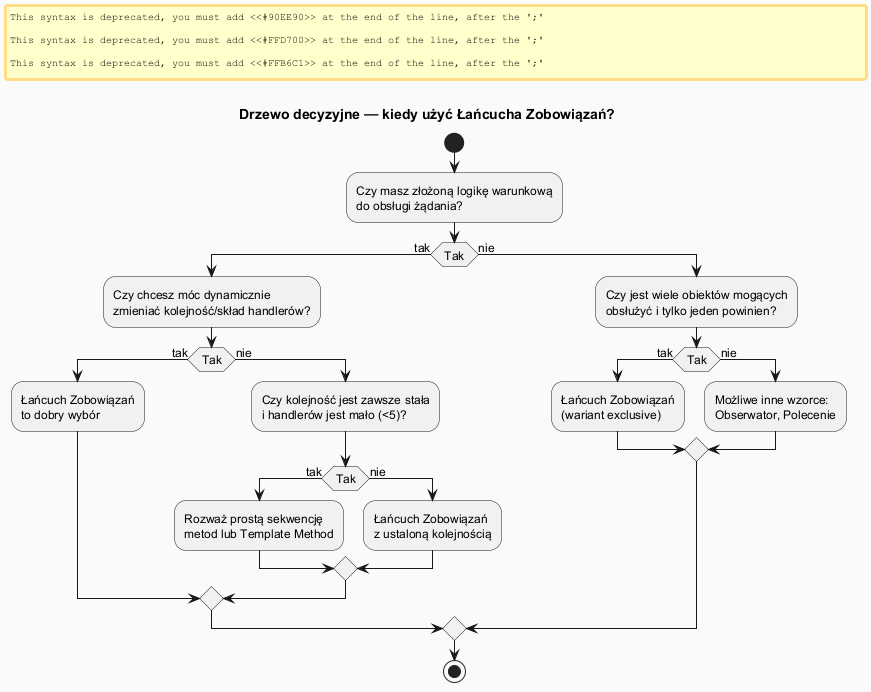
Before: src/18-lancuch-zobowiazan/02-kiedy-stosowac-zalety-wady/diagrams/cor_decision_tree.png, a diagram exported from PlantUML (tborzyszkowski/DesignPatterns).
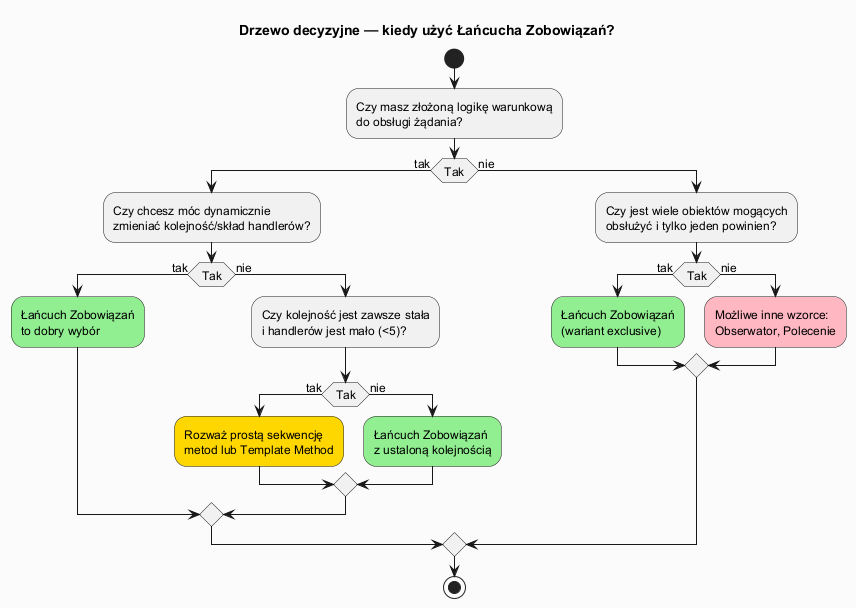
After the change.

Commit message:
Refactor decision tree diagram for Chain of Responsibility pattern and update PNG file

What changed in the source:
```diff
@@ -5,27 +5,26 @@
 
 title Drzewo decyzyjne — kiedy użyć Łańcucha Zobowiązań?
 
-|Czy więcej niż jeden obiekt może obsłużyć żądanie?|
 start
 :Czy masz złożoną logikę warunkową\ndo obsługi żądania?;
 if (Tak) then (tak)
   :Czy chcesz móc dynamicznie\nzmieniać kolejność/skład handlerów?;
   if (Tak) then (tak)
-    #90EE90:Łańcuch Zobowiązań\nto dobry wybór;
+    :Łańcuch Zobowiązań\nto dobry wybór; <<#90EE90>>
   else (nie)
     :Czy kolejność jest zawsze stała\ni handlerów jest mało (<5)?;
     if (Tak) then (tak)
-      #FFD700:Rozważ prostą sekwencję\nmetod lub Template Method;
+      :Rozważ prostą sekwencję\nmetod lub Template Method; <<#FFD700>>
     else (nie)
-      #90EE90:Łańcuch Zobowiązań\nz ustaloną kolejnością;
+      :Łańcuch Zobowiązań\nz ustaloną kolejnością; <<#90EE90>>
     endif
   endif
 else (nie)
   :Czy jest wiele obiektów mogących\nobsłużyć i tylko jeden powinien?;
   if (Tak) then (tak)
-    #90EE90:Łańcuch Zobowiązań\n(wariant exclusive);
+    :Łańcuch Zobowiązań\n(wariant exclusive); <<#90EE90>>
   else (nie)
-    #FFB6C1:Możliwe inne wzorce:\nObserwator, Polecenie;
+    :Możliwe inne wzorce:\nObserwator, Polecenie; <<#FFB6C1>>
   endif
 endif
 stop
```
